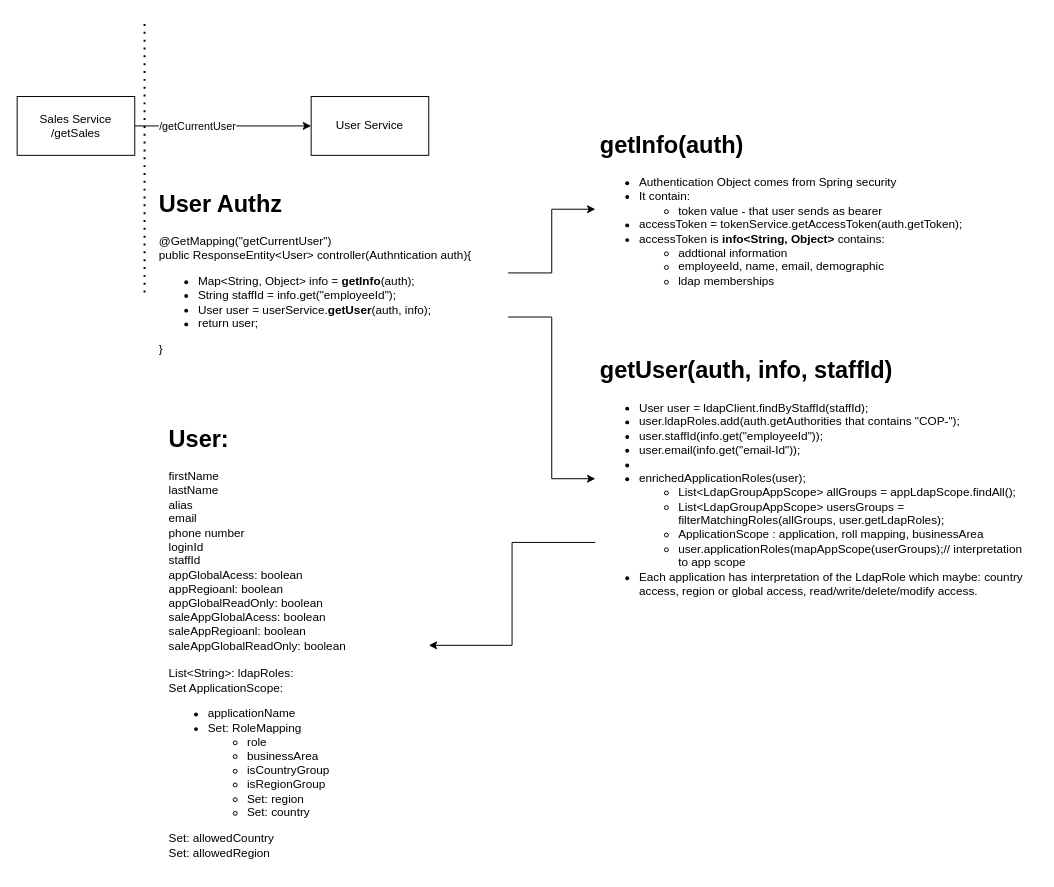
This is page "Authorization" (5 of 5) of SysDiagram.drawio from hemant9899/ReactLearn, a draw.io file, before an edit. Source tidied: cells renumbered, new cells numbered last; positions are measured from the earlier drawing's top-left corner, leaving out a move shared by most shapes. Both pictures are drawn from the tidied source at 98%, with x=0, y=0 at pixel (17, 18).
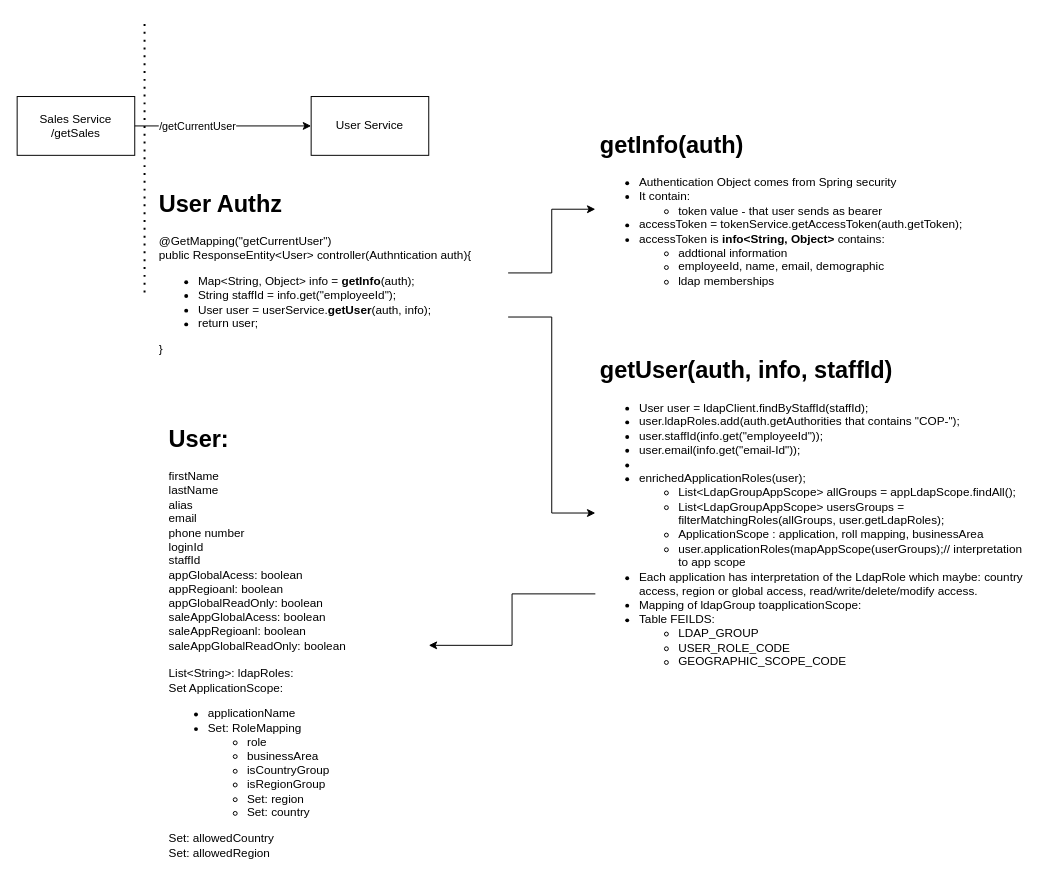
Above is the later version.

The edit, as a diff of the source:
```diff
@@
 <mxGraphModel>
   <root>
     <mxCell id="0" />
     <mxCell id="1" parent="0" />
     <mxCell id="2" value="&lt;div&gt;&lt;span&gt;Sales Service&lt;/span&gt;&lt;/div&gt;&lt;div&gt;&lt;span&gt;/getSales&lt;/span&gt;&lt;/div&gt;" style="rounded=0;whiteSpace=wrap;html=1;align=center;" parent="1" vertex="1">
       <mxGeometry y="80" width="120" height="60" as="geometry" />
     </mxCell>
     <mxCell id="3" value="User Service" style="rounded=0;whiteSpace=wrap;html=1;" parent="1" vertex="1">
       <mxGeometry x="300" y="80" width="120" height="60" as="geometry" />
     </mxCell>
     <mxCell id="4" style="endArrow=classic;html=1;exitX=1;exitY=0.5;exitDx=0;exitDy=0;entryX=0;entryY=0.5;entryDx=0;entryDy=0;" parent="1" edge="1" source="2" target="3">
       <mxGeometry relative="1" as="geometry" />
     </mxCell>
     <mxCell id="5" value="/getCurrentUser" style="edgeLabel;html=1;align=center;verticalAlign=middle;" parent="4" vertex="1">
       <mxGeometry x="-0.3" relative="1" as="geometry" />
     </mxCell>
     <mxCell id="6" style="endArrow=none;dashed=1;html=1;dashPattern=1 3;strokeWidth=2;" parent="1" edge="1">
       <mxGeometry relative="1" as="geometry">
         <mxPoint x="130" y="280" as="sourcePoint" />
         <mxPoint x="130" as="targetPoint" />
       </mxGeometry>
     </mxCell>
     <mxCell id="7" style="edgeStyle=orthogonalEdgeStyle;rounded=0;jettySize=auto;html=1;entryX=0;entryY=0.5;entryDx=0;entryDy=0;" parent="1" edge="1" source="9" target="10">
       <mxGeometry relative="1" as="geometry" />
     </mxCell>
     <mxCell id="8" style="edgeStyle=orthogonalEdgeStyle;rounded=0;jettySize=auto;html=1;exitX=1;exitY=0.75;exitDx=0;exitDy=0;entryX=0;entryY=0.5;entryDx=0;entryDy=0;" parent="1" edge="1" source="9" target="12">
       <mxGeometry relative="1" as="geometry" />
     </mxCell>
     <mxCell id="9" value="&lt;h1&gt;User Authz&lt;/h1&gt;&lt;div&gt;@GetMapping(&quot;getCurrentUser&quot;)&lt;/div&gt;&lt;div&gt;public ResponseEntity&amp;lt;User&amp;gt; controller(Authntication auth){&lt;/div&gt;&lt;div&gt;&lt;ul&gt;&lt;li&gt;Map&amp;lt;String, Object&amp;gt; info = &lt;b&gt;getInfo&lt;/b&gt;(auth);&lt;/li&gt;&lt;li&gt;String staffId = info.get(&quot;employeeId&quot;);&lt;/li&gt;&lt;li&gt;User user = userService.&lt;b&gt;getUser&lt;/b&gt;(auth, info);&lt;/li&gt;&lt;li&gt;return user;&lt;/li&gt;&lt;/ul&gt;&lt;/div&gt;&lt;div&gt;}&lt;/div&gt;" style="text;html=1;strokeColor=none;fillColor=none;spacing=5;spacingTop=-20;whiteSpace=wrap;overflow=hidden;rounded=0;" parent="1" vertex="1">
       <mxGeometry x="140" y="170" width="361" height="180" as="geometry" />
     </mxCell>
     <mxCell id="10" value="&lt;h1&gt;getInfo(auth)&lt;/h1&gt;&lt;div&gt;&lt;ul&gt;&lt;li&gt;Authentication Object comes from Spring security&lt;/li&gt;&lt;li&gt;It contain:&lt;/li&gt;&lt;ul&gt;&lt;li&gt;token value - that user sends as bearer&lt;/li&gt;&lt;/ul&gt;&lt;li&gt;&lt;span style=&quot;font-size: 12px&quot;&gt;accessToken = tokenService.getAccessToken(auth.getToken);&lt;/span&gt;&lt;/li&gt;&lt;li&gt;&lt;span style=&quot;font-size: 12px&quot;&gt;accessToken is &lt;b&gt;info&amp;lt;String, Object&amp;gt;&lt;/b&gt; contains:&lt;br&gt;&lt;/span&gt;&lt;/li&gt;&lt;ul&gt;&lt;li&gt;&lt;span style=&quot;font-size: 12px&quot;&gt;addtional information&lt;/span&gt;&lt;/li&gt;&lt;li&gt;&lt;span style=&quot;font-size: 12px&quot;&gt;employeeId, name, email, demographic&lt;/span&gt;&lt;/li&gt;&lt;li&gt;ldap memberships&lt;/li&gt;&lt;/ul&gt;&lt;/ul&gt;&lt;/div&gt;" style="text;html=1;strokeColor=none;fillColor=none;spacing=5;spacingTop=-20;whiteSpace=wrap;overflow=hidden;rounded=0;" parent="1" vertex="1">
       <mxGeometry x="590" y="110" width="380" height="170" as="geometry" />
     </mxCell>
     <mxCell id="11" style="edgeStyle=orthogonalEdgeStyle;rounded=0;jettySize=auto;html=1;exitX=0;exitY=0.75;exitDx=0;exitDy=0;entryX=1;entryY=0.5;entryDx=0;entryDy=0;" parent="1" edge="1" source="12" target="13">
       <mxGeometry relative="1" as="geometry" />
     </mxCell>
-    <mxCell id="12" value="&lt;h1&gt;getUser(auth, info, staffId)&lt;/h1&gt;&lt;div&gt;&lt;ul&gt;&lt;li&gt;User user = ldapClient.findByStaffId(staffId);&lt;/li&gt;&lt;li&gt;user.ldapRoles.add(auth.getAuthorities that contains &quot;COP-&quot;);&lt;/li&gt;&lt;li&gt;user.staffId(info.get(&quot;employeeId&quot;));&lt;/li&gt;&lt;li&gt;user.email(info.get(&quot;email-Id&quot;));&lt;/li&gt;&lt;li&gt;&lt;br&gt;&lt;/li&gt;&lt;li&gt;enrichedApplicationRoles(user);&lt;/li&gt;&lt;ul&gt;&lt;li&gt;List&amp;lt;LdapGroupAppScope&amp;gt; allGroups = appLdapScope.findAll();&lt;/li&gt;&lt;li&gt;List&amp;lt;LdapGroupAppScope&amp;gt; usersGroups = filterMatchingRoles(allGroups, user.getLdapRoles);&lt;/li&gt;&lt;li&gt;ApplicationScope : application, roll mapping, businessArea&lt;/li&gt;&lt;li&gt;user.applicationRoles(mapAppScope(userGroups);// interpretation to app scope&lt;/li&gt;&lt;/ul&gt;&lt;li&gt;&lt;span style=&quot;font-size: 12px&quot;&gt;Each application has interpretation of the LdapRole which maybe: country access, region or global access, read/write/delete/modify access.&lt;/span&gt;&lt;/li&gt;&lt;/ul&gt;&lt;/div&gt;" style="text;html=1;strokeColor=none;fillColor=none;spacing=5;spacingTop=-20;whiteSpace=wrap;overflow=hidden;rounded=0;" parent="1" vertex="1">
-      <mxGeometry x="590" y="340" width="450" height="260" as="geometry" />
+    <mxCell id="12" value="&lt;h1&gt;getUser(auth, info, staffId)&lt;/h1&gt;&lt;div&gt;&lt;ul&gt;&lt;li&gt;User user = ldapClient.findByStaffId(staffId);&lt;/li&gt;&lt;li&gt;user.ldapRoles.add(auth.getAuthorities that contains &quot;COP-&quot;);&lt;/li&gt;&lt;li&gt;user.staffId(info.get(&quot;employeeId&quot;));&lt;/li&gt;&lt;li&gt;user.email(info.get(&quot;email-Id&quot;));&lt;/li&gt;&lt;li&gt;&lt;br&gt;&lt;/li&gt;&lt;li&gt;enrichedApplicationRoles(user);&lt;/li&gt;&lt;ul&gt;&lt;li&gt;List&amp;lt;LdapGroupAppScope&amp;gt; allGroups = appLdapScope.findAll();&lt;/li&gt;&lt;li&gt;List&amp;lt;LdapGroupAppScope&amp;gt; usersGroups = filterMatchingRoles(allGroups, user.getLdapRoles);&lt;/li&gt;&lt;li&gt;ApplicationScope : application, roll mapping, businessArea&lt;/li&gt;&lt;li&gt;user.applicationRoles(mapAppScope(userGroups);// interpretation to app scope&lt;/li&gt;&lt;/ul&gt;&lt;li&gt;&lt;span style=&quot;font-size: 12px&quot;&gt;Each application has interpretation of the LdapRole which maybe: country access, region or global access, read/write/delete/modify access.&lt;/span&gt;&lt;/li&gt;&lt;li&gt;&lt;span style=&quot;font-size: 12px&quot;&gt;Mapping of ldapGroup toapplicationScope:&lt;/span&gt;&lt;/li&gt;&lt;li&gt;&lt;span style=&quot;font-size: 12px&quot;&gt;Table FEILDS:&amp;nbsp;&lt;/span&gt;&lt;/li&gt;&lt;ul&gt;&lt;li&gt;&lt;span style=&quot;font-size: 12px&quot;&gt;LDAP_GROUP&lt;/span&gt;&lt;/li&gt;&lt;li&gt;&lt;span style=&quot;font-size: 12px&quot;&gt;USER_ROLE_CODE&lt;/span&gt;&lt;/li&gt;&lt;li&gt;&lt;span style=&quot;font-size: 12px&quot;&gt;GEOGRAPHIC_SCOPE_CODE&lt;/span&gt;&lt;/li&gt;&lt;/ul&gt;&lt;/ul&gt;&lt;/div&gt;" style="text;html=1;strokeColor=none;fillColor=none;spacing=5;spacingTop=-20;whiteSpace=wrap;overflow=hidden;rounded=0;" parent="1" vertex="1">
+      <mxGeometry x="590" y="340" width="450" height="330" as="geometry" />
     </mxCell>
     <mxCell id="13" value="&lt;h1&gt;User:&lt;/h1&gt;&lt;div&gt;firstName&lt;/div&gt;&lt;div&gt;lastName&lt;/div&gt;&lt;div&gt;alias&lt;/div&gt;&lt;div&gt;email&lt;/div&gt;&lt;div&gt;phone number&lt;/div&gt;&lt;div&gt;loginId&lt;/div&gt;&lt;div&gt;staffId&lt;/div&gt;&lt;div&gt;appGlobalAcess: boolean&lt;/div&gt;&lt;div&gt;appRegioanl: boolean&lt;/div&gt;&lt;div&gt;appGlobalReadOnly: boolean&lt;/div&gt;&lt;div&gt;&lt;div&gt;saleAppGlobalAcess: boolean&lt;/div&gt;&lt;div&gt;saleAppRegioanl: boolean&lt;/div&gt;&lt;div&gt;saleAppGlobalReadOnly: boolean&lt;/div&gt;&lt;/div&gt;&lt;div&gt;&lt;br&gt;&lt;/div&gt;&lt;div&gt;List&amp;lt;String&amp;gt;: ldapRoles:&amp;nbsp;&lt;/div&gt;&lt;div&gt;Set ApplicationScope:&lt;/div&gt;&lt;div&gt;&lt;ul&gt;&lt;li&gt;applicationName&lt;/li&gt;&lt;li&gt;Set: RoleMapping&lt;/li&gt;&lt;ul&gt;&lt;li&gt;role&lt;/li&gt;&lt;li&gt;businessArea&lt;/li&gt;&lt;li&gt;isCountryGroup&lt;/li&gt;&lt;li&gt;isRegionGroup&lt;/li&gt;&lt;li&gt;Set: region&lt;/li&gt;&lt;li&gt;Set: country&lt;/li&gt;&lt;/ul&gt;&lt;/ul&gt;&lt;span&gt;Set: allowedCountry&lt;/span&gt;&lt;/div&gt;&lt;div&gt;&lt;span&gt;Set: allowedRegion&amp;nbsp;&lt;/span&gt;&lt;br&gt;&lt;/div&gt;" style="text;html=1;strokeColor=none;fillColor=none;spacing=5;spacingTop=-20;whiteSpace=wrap;overflow=hidden;rounded=0;" parent="1" vertex="1">
       <mxGeometry x="150" y="410" width="270" height="460" as="geometry" />
     </mxCell>
   </root>
 </mxGraphModel>
```
